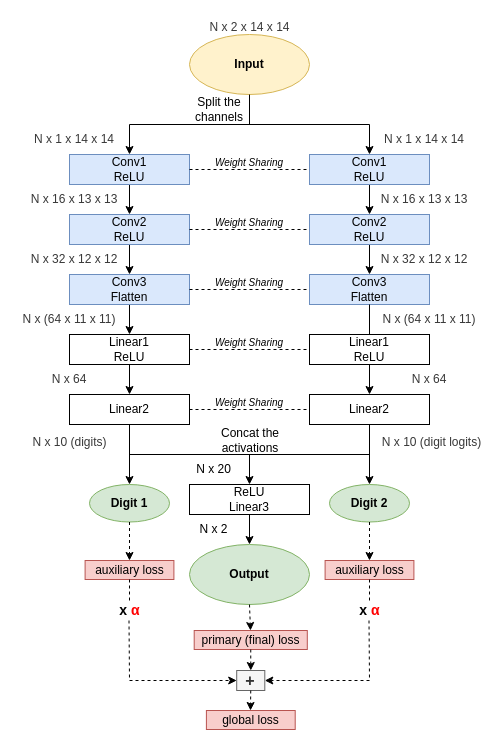
jouvemax/DeepLearning keeps this draw.io diagram as Proj1/Siamese_Network.drawio. Above is the earlier version. Source tidied: cells renumbered, new cells numbered last; positions are measured from the earlier drawing's top-left corner, leaving out a move shared by most shapes. Both pictures are drawn from the tidied source at 100%, with x=0, y=0 at pixel (17, 17).
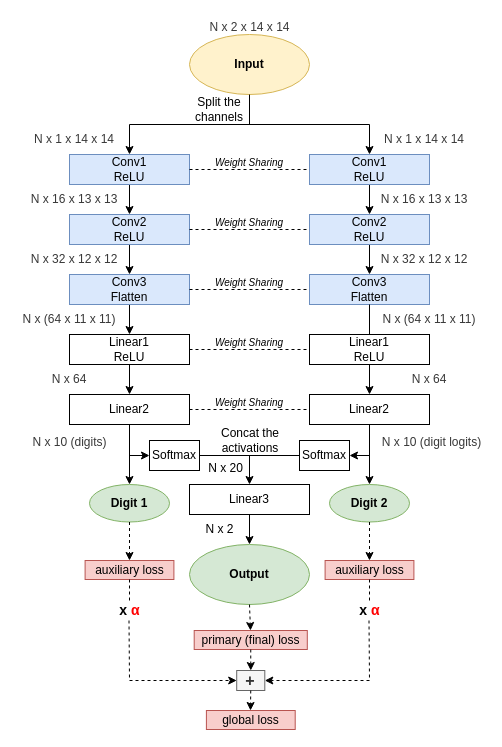
Above is the later version.

Unchanged cells that the change refers to:
```xml
<mxCell id="2" style="group;" parent="1" vertex="1">
  <mxGeometry x="-0.5" y="2" width="467.5" height="585" as="geometry" />
</mxCell>
```

Change to the diagram source:
```diff
@@
-    <mxCell id="43" style="endArrow=none;html=1;" parent="2" edge="1">
-      <mxGeometry relative="1" as="geometry">
-        <mxPoint x="112.5" y="435" as="sourcePoint" />
-        <mxPoint x="352.5" y="435" as="targetPoint" />
-      </mxGeometry>
-    </mxCell>
     <mxCell id="44" style="endArrow=classic;html=1;" parent="2" edge="1">
       <mxGeometry relative="1" as="geometry">
-        <mxPoint x="232.5" y="435" as="sourcePoint" />
+        <mxPoint x="232.5" y="436" as="sourcePoint" />
         <mxPoint x="232.5" y="465" as="targetPoint" />
       </mxGeometry>
     </mxCell>
-    <mxCell id="45" value="N x 20" style="text;html=1;strokeColor=none;fillColor=none;align=center;verticalAlign=middle;whiteSpace=wrap;rounded=0;direction=east;" parent="2" vertex="1">
-      <mxGeometry x="160" y="442.5" width="72.5" height="15" as="geometry" />
-    </mxCell>
-    <mxCell id="46" value="ReLU&lt;br&gt;Linear3" style="rounded=0;whiteSpace=wrap;html=1;direction=east;" parent="2" vertex="1">
+    <mxCell id="46" value="Linear3" style="rounded=0;whiteSpace=wrap;html=1;direction=east;" parent="2" vertex="1">
       <mxGeometry x="172.5" y="465" width="120" height="30" as="geometry" />
     </mxCell>
@@
     <mxCell id="49" value="N x 2" style="text;html=1;strokeColor=none;fillColor=none;align=center;verticalAlign=middle;whiteSpace=wrap;rounded=0;direction=east;" parent="2" vertex="1">
-      <mxGeometry x="160" y="502.5" width="72.5" height="15" as="geometry" />
+      <mxGeometry x="166.2" y="502.5" width="72.5" height="15" as="geometry" />
     </mxCell>
@@
+    <mxCell id="84" value="Softmax" style="rounded=0;whiteSpace=wrap;html=1;direction=east;" parent="2" vertex="1">
+      <mxGeometry x="132.5" y="421" width="50" height="30" as="geometry" />
+    </mxCell>
+    <mxCell id="85" value="Softmax" style="rounded=0;whiteSpace=wrap;html=1;direction=east;" parent="2" vertex="1">
+      <mxGeometry x="282.5" y="421" width="50" height="30" as="geometry" />
+    </mxCell>
+    <mxCell id="86" style="endArrow=none;html=1;exitX=1;exitY=0.5;exitDx=0;exitDy=0;entryX=0;entryY=0.5;entryDx=0;entryDy=0;" parent="2" edge="1" source="84" target="85">
+      <mxGeometry relative="1" as="geometry" />
+    </mxCell>
+    <mxCell id="45" value="N x 20" style="text;html=1;strokeColor=none;fillColor=none;align=center;verticalAlign=middle;whiteSpace=wrap;rounded=0;direction=east;" parent="2" vertex="1">
+      <mxGeometry x="172.5" y="441" width="72.5" height="15" as="geometry" />
+    </mxCell>
@@
+    <mxCell id="87" style="endArrow=classic;html=1;entryX=0;entryY=0.5;entryDx=0;entryDy=0;" parent="1" edge="1" target="84">
+      <mxGeometry relative="1" as="geometry">
+        <mxPoint x="112" y="438" as="sourcePoint" />
+      </mxGeometry>
+    </mxCell>
+    <mxCell id="88" style="endArrow=classic;html=1;entryX=1;entryY=0.5;entryDx=0;entryDy=0;" parent="1" edge="1" target="85">
+      <mxGeometry relative="1" as="geometry">
+        <mxPoint x="352" y="438" as="sourcePoint" />
+      </mxGeometry>
+    </mxCell>
```
